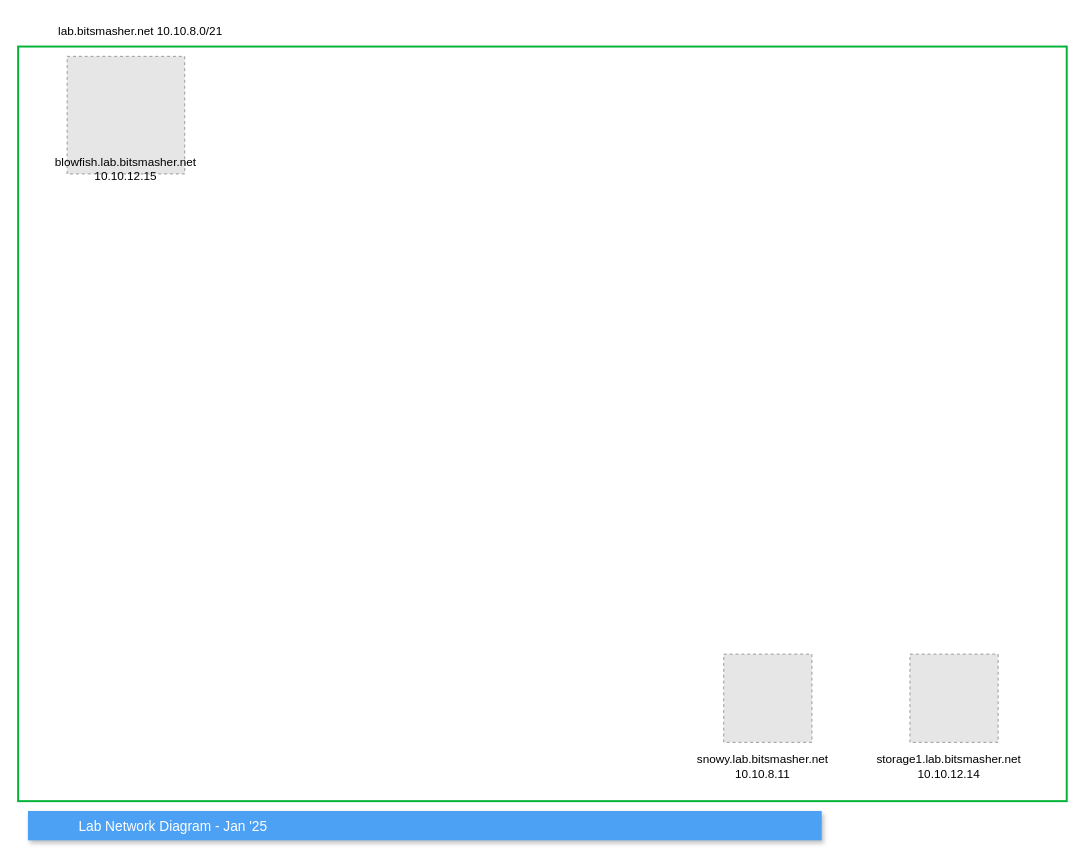
This is page "lab" (3 of 4) of ansible/collections/ansible_collections/lab/franklin/roles/documentation/files/drawings/lab_2024.drawio from devsecfranklin/franklin-resume, a draw.io file, before an edit. Source tidied: cells renumbered, new cells numbered last; positions are measured from the earlier drawing's top-left corner, leaving out a move shared by most shapes. Both pictures are drawn from the tidied source at 98%, with x=0, y=0 at pixel (18, 17). Pictures stored in the file or linked from it are replaced by grey dashed boxes.
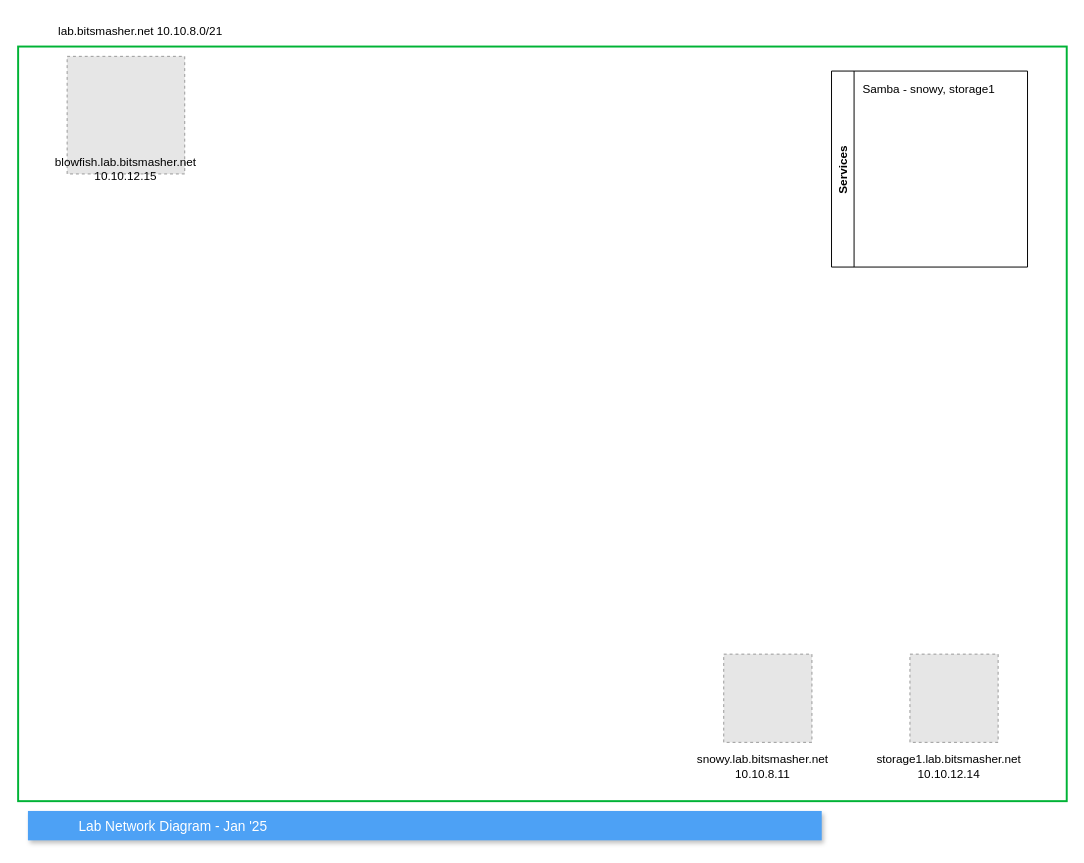
The same diagram, later.

Change to the diagram source:
```diff
@@
 <mxGraphModel>
   <root>
     <mxCell id="0" />
     <mxCell id="1" parent="0" />
     <mxCell id="2" value="Lab Network Diagram - Jan '25 " style="fillColor=#4DA1F5;strokeColor=none;shadow=1;gradientColor=none;fontSize=14;align=left;spacingLeft=50;fontColor=#ffffff;" parent="1" vertex="1">
       <mxGeometry x="10" y="810" width="810" height="30" as="geometry" />
     </mxCell>
     <mxCell id="3" style="rounded=0;whiteSpace=wrap;html=1;fillColor=none;strokeColor=#00B336;strokeWidth=2;" parent="1" vertex="1">
       <mxGeometry y="30" width="1070" height="770" as="geometry" />
     </mxCell>
     <mxCell id="4" value="lab.bitsmasher.net 10.10.8.0/21" style="text;html=1;strokeColor=none;fillColor=none;align=center;verticalAlign=middle;whiteSpace=wrap;rounded=0;" parent="1" vertex="1">
       <mxGeometry width="250" height="30" as="geometry" />
     </mxCell>
     <mxCell id="5" parent="0" />
     <mxCell id="6" style="group;" parent="5" vertex="1">
       <mxGeometry x="10" y="40" width="200" height="130" as="geometry" />
     </mxCell>
     <mxCell id="7" style="fillColor=#E6E6E6;strokeColor=#999999;dashed=1;" parent="6" vertex="1">
       <mxGeometry x="40" width="120" height="120" as="geometry" />
     </mxCell>
     <mxCell id="8" value="blowfish.lab.bitsmasher.net&lt;br&gt;10.10.12.15" style="text;html=1;strokeColor=none;fillColor=none;align=center;verticalAlign=middle;whiteSpace=wrap;rounded=0;" parent="6" vertex="1">
       <mxGeometry y="100" width="200" height="30" as="geometry" />
     </mxCell>
     <mxCell id="9" style="group;" parent="5" vertex="1">
       <mxGeometry x="850" y="650" width="200" height="130" as="geometry" />
     </mxCell>
     <mxCell id="10" style="fillColor=#E6E6E6;strokeColor=#999999;dashed=1;" parent="9" vertex="1">
       <mxGeometry x="60" width="90" height="90" as="geometry" />
     </mxCell>
     <mxCell id="11" value="storage1.lab.bitsmasher.net&lt;br&gt;10.10.12.14" style="text;html=1;strokeColor=none;fillColor=none;align=center;verticalAlign=middle;whiteSpace=wrap;rounded=0;" parent="9" vertex="1">
       <mxGeometry y="100" width="200" height="30" as="geometry" />
     </mxCell>
     <mxCell id="12" style="group;" parent="5" vertex="1">
       <mxGeometry x="660" y="650" width="200" height="130" as="geometry" />
     </mxCell>
     <mxCell id="13" style="fillColor=#E6E6E6;strokeColor=#999999;dashed=1;" parent="12" vertex="1">
       <mxGeometry x="60" width="90" height="90" as="geometry" />
     </mxCell>
     <mxCell id="14" value="snowy.lab.bitsmasher.net&lt;br&gt;10.10.8.11" style="text;html=1;strokeColor=none;fillColor=none;align=center;verticalAlign=middle;whiteSpace=wrap;rounded=0;" parent="12" vertex="1">
       <mxGeometry y="100" width="200" height="30" as="geometry" />
     </mxCell>
+    <mxCell id="15" value="Services" style="swimlane;horizontal=0;startSize=23;" parent="5" vertex="1">
+      <mxGeometry x="830" y="55" width="200" height="200" as="geometry" />
+    </mxCell>
+    <mxCell id="16" value="Samba - snowy, storage1" style="text;html=1;strokeColor=none;fillColor=none;align=left;verticalAlign=top;whiteSpace=wrap;rounded=0;horizontal=1;" parent="15" vertex="1">
+      <mxGeometry x="30" y="5" width="160" height="185" as="geometry" />
+    </mxCell>
   </root>
 </mxGraphModel>
```
